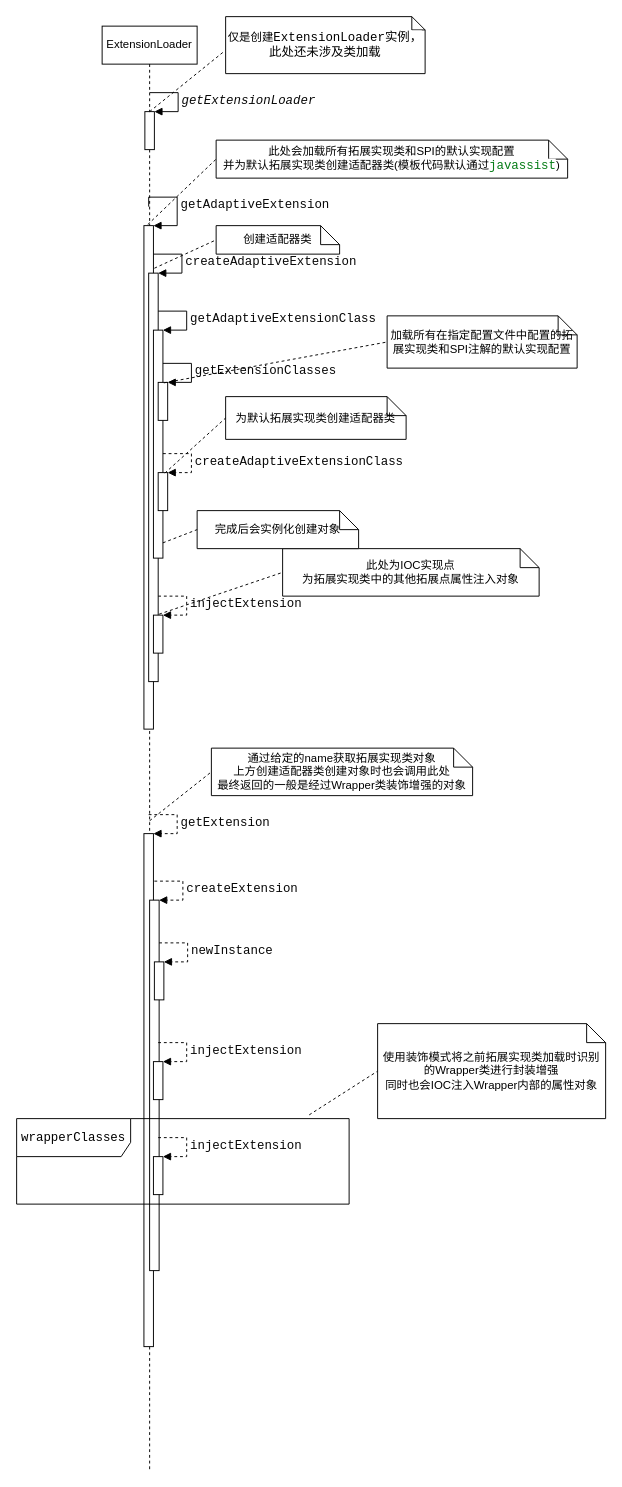
Earlier version of the draw.io diagram Dubbo/Dubbo-ExtensionLoader.drawio (JanWarlen/ChartsCenter). Source tidied: cells renumbered, new cells numbered last; positions are measured from the earlier drawing's top-left corner, leaving out a move shared by most shapes. Both pictures are drawn from the tidied source at 95%, with x=0, y=0 at pixel (16, 16).
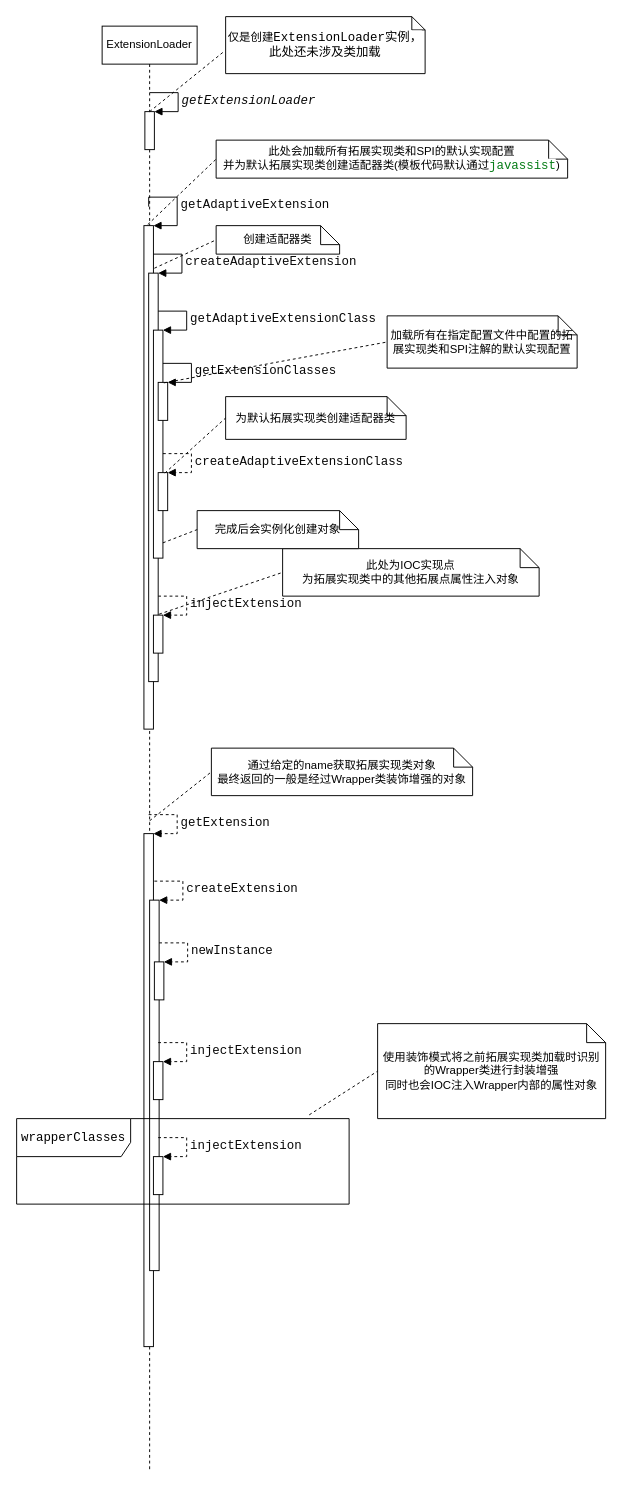
After the change.

The edit, as a diff of the source:
```diff
@@
-    <mxCell id="39" value="通过给定的name获取拓展实现类对象&lt;br&gt;上方创建适配器类创建对象时也会调用此处&lt;br&gt;最终返回的一般是经过Wrapper类装饰增强的对象" style="shape=note;size=20;whiteSpace=wrap;html=1;" parent="1" vertex="1">
+    <mxCell id="39" value="通过给定的name获取拓展实现类对象&lt;br&gt;最终返回的一般是经过Wrapper类装饰增强的对象" style="shape=note;size=20;whiteSpace=wrap;html=1;" parent="1" vertex="1">
       <mxGeometry x="205" y="770" width="275" height="50" as="geometry" />
     </mxCell>
```
